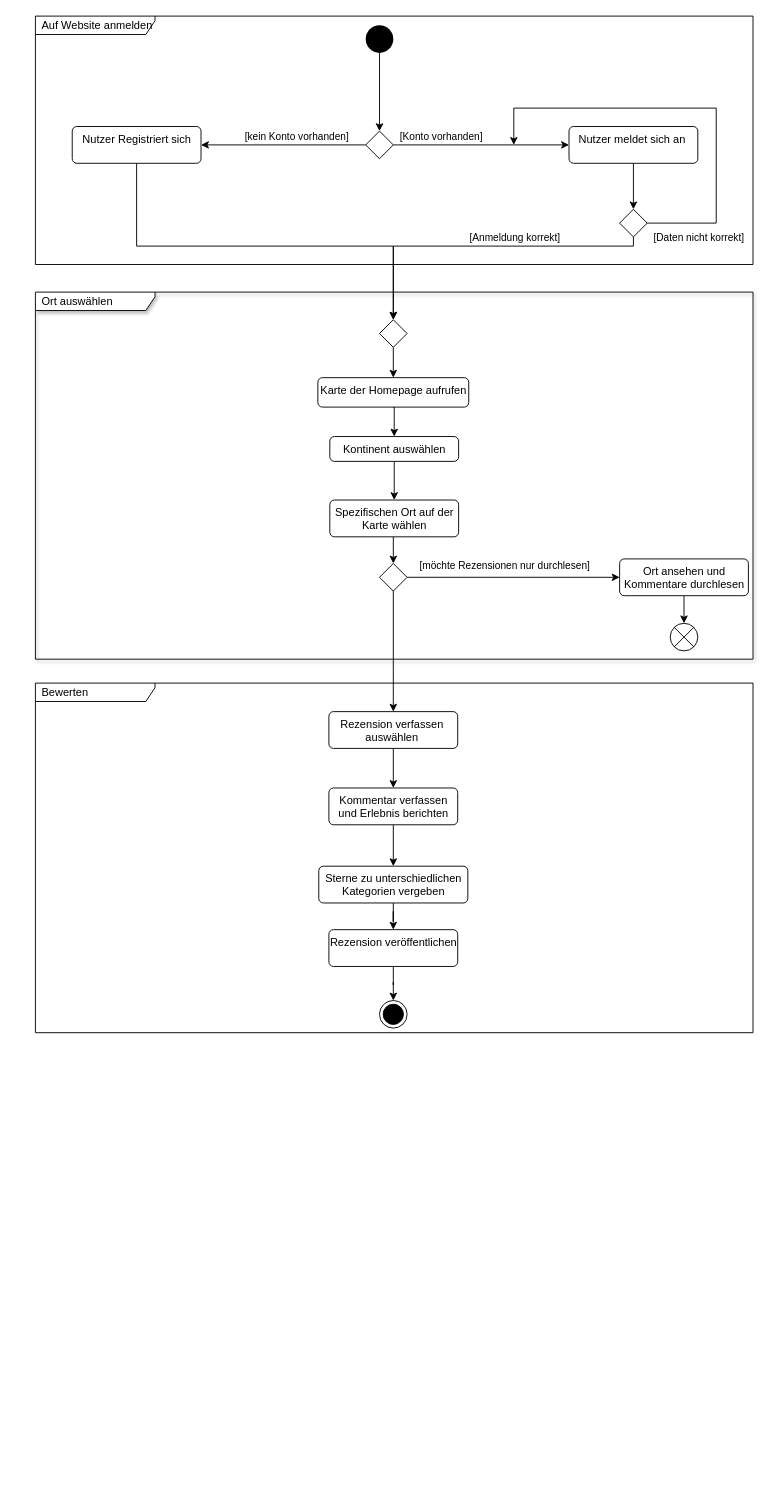
The draw.io diagram Unbenanntes Diagramm.drawio in mertoo36/Web-Programmierung, before the edit. Source tidied: cells renumbered, new cells numbered last; positions are measured from the earlier drawing's top-left corner, leaving out a move shared by most shapes. Both pictures are drawn from the tidied source at 92%, with x=0, y=0 at pixel (35, 16).
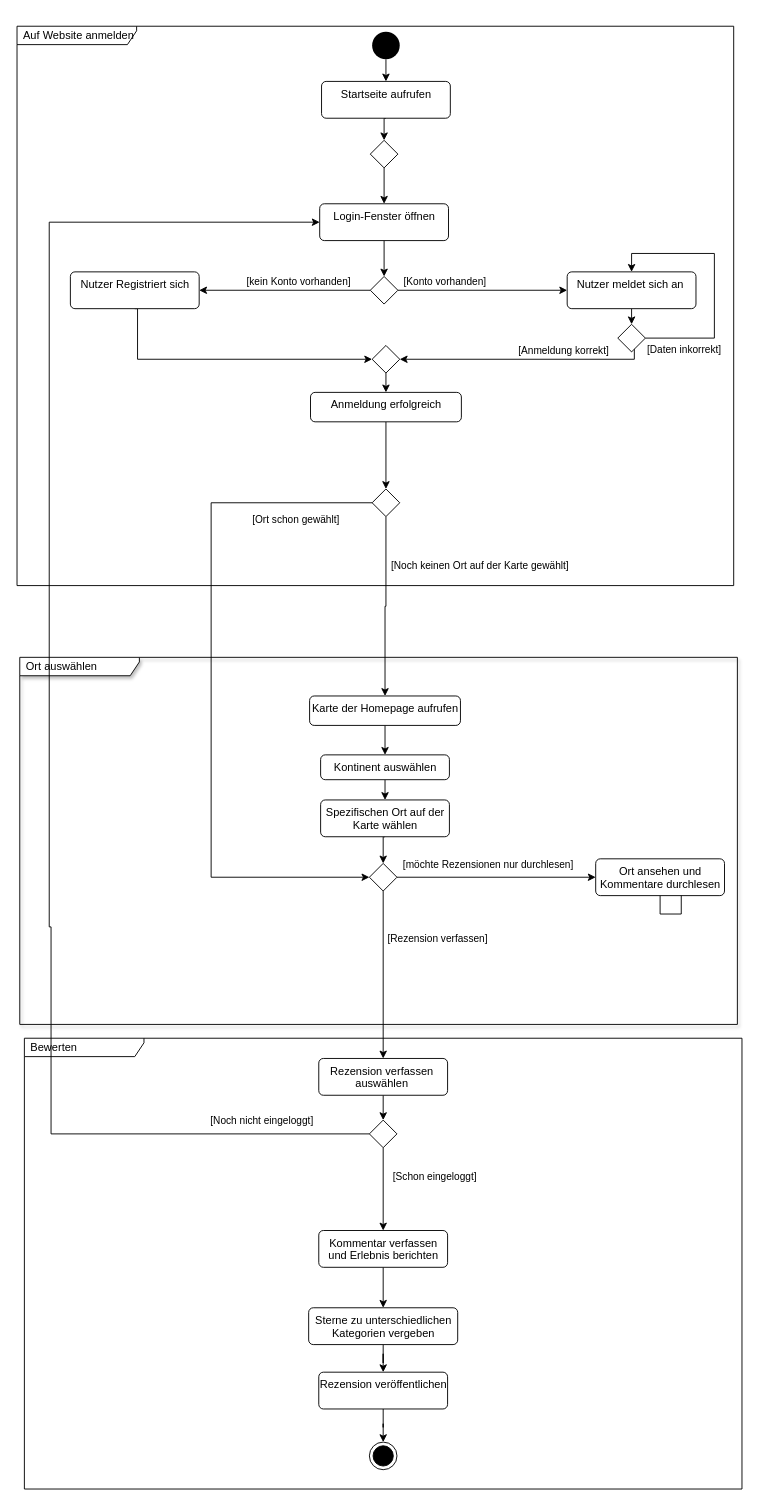
Above is the later version.

The change refers to these unchanged cells:
```xml
<mxCell id="32" style="edgeStyle=orthogonalEdgeStyle;rounded=0;jettySize=auto;html=1;exitX=0.5;exitY=1;exitDx=0;exitDy=0;" parent="1" edge="1" source="33" target="37">
  <mxGeometry relative="1" as="geometry" />
</mxCell>
```

What changed in the source:
```diff
@@
     <mxCell id="2" value="Bewerten" style="shape=umlFrame;whiteSpace=wrap;html=1;width=130;height=20;boundedLbl=1;verticalAlign=middle;align=left;spacingLeft=5;" parent="1" vertex="1">
-      <mxGeometry y="725" width="780" height="380" as="geometry" />
+      <mxGeometry x="-12" y="1111" width="780" height="490" as="geometry" />
     </mxCell>
     <mxCell id="3" value="Ort auswählen" style="shape=umlFrame;whiteSpace=wrap;html=1;width=130;height=20;boundedLbl=1;verticalAlign=middle;align=left;spacingLeft=5;shadow=1;" parent="1" vertex="1">
-      <mxGeometry y="300" width="780" height="399" as="geometry" />
+      <mxGeometry x="-17" y="697" width="780" height="399" as="geometry" />
     </mxCell>
     <mxCell id="4" value="Auf Website anmelden" style="shape=umlFrame;whiteSpace=wrap;html=1;width=130;height=20;boundedLbl=1;verticalAlign=middle;align=left;spacingLeft=5;" parent="1" vertex="1">
-      <mxGeometry width="780" height="270" as="geometry" />
+      <mxGeometry x="-20" y="11" width="779" height="608" as="geometry" />
     </mxCell>
-    <mxCell id="5" style="edgeStyle=orthogonalEdgeStyle;rounded=0;jettySize=auto;html=1;exitX=0.5;exitY=1;exitDx=0;exitDy=0;entryX=0.5;entryY=0;entryDx=0;entryDy=0;" parent="1" edge="1" source="6" target="15">
+    <mxCell id="5" style="edgeStyle=orthogonalEdgeStyle;rounded=0;jettySize=auto;html=1;exitX=0.5;exitY=1;exitDx=0;exitDy=0;entryX=0.5;entryY=0;entryDx=0;entryDy=0;" parent="1" edge="1" source="6" target="50">
       <mxGeometry relative="1" as="geometry" />
     </mxCell>
     <mxCell id="6" style="ellipse;fillColor=#000000;strokeColor=none;" parent="1" vertex="1">
-      <mxGeometry x="359" y="10" width="30" height="30" as="geometry" />
+      <mxGeometry x="366" y="17" width="30" height="30" as="geometry" />
     </mxCell>
     <mxCell id="7" style="ellipse;html=1;shape=endState;fillColor=strokeColor;" parent="1" vertex="1">
-      <mxGeometry x="374" y="1070" width="30" height="30" as="geometry" />
+      <mxGeometry x="363" y="1550" width="30" height="30" as="geometry" />
     </mxCell>
     <mxCell id="8" style="shape=sumEllipse;perimeter=ellipsePerimeter;whiteSpace=wrap;html=1;backgroundOutline=1;" parent="1" vertex="1">
-      <mxGeometry x="690" y="660" width="30" height="30" as="geometry" />
+      <mxGeometry x="687" y="922" width="30" height="30" as="geometry" />
     </mxCell>
@@
     <mxCell id="10" value="Nutzer meldet sich an&amp;nbsp;" style="html=1;align=center;verticalAlign=top;rounded=1;absoluteArcSize=1;arcSize=10;dashed=0;" parent="1" vertex="1">
-      <mxGeometry x="580" y="120" width="140" height="40" as="geometry" />
+      <mxGeometry x="578" y="278" width="140" height="40" as="geometry" />
     </mxCell>
@@
     <mxCell id="15" style="rhombus;" parent="1" vertex="1">
-      <mxGeometry x="359" y="125" width="30" height="30" as="geometry" />
+      <mxGeometry x="364" y="283" width="30" height="30" as="geometry" />
     </mxCell>
-    <mxCell id="16" style="edgeStyle=orthogonalEdgeStyle;rounded=0;jettySize=auto;html=1;exitX=0.5;exitY=1;exitDx=0;exitDy=0;entryX=0.5;entryY=0;entryDx=0;entryDy=0;" parent="1" edge="1" source="17" target="23">
+    <mxCell id="16" style="edgeStyle=orthogonalEdgeStyle;rounded=0;jettySize=auto;html=1;exitX=0.5;exitY=1;exitDx=0;exitDy=0;entryX=0;entryY=0.5;entryDx=0;entryDy=0;" parent="1" edge="1" source="17" target="23">
       <mxGeometry relative="1" as="geometry">
         <Array as="points">
-          <mxPoint x="110" y="250" />
-          <mxPoint x="389" y="250" />
+          <mxPoint x="111" y="318" />
+          <mxPoint x="111" y="373" />
         </Array>
       </mxGeometry>
     </mxCell>
     <mxCell id="17" value="Nutzer Registriert sich" style="html=1;align=center;verticalAlign=top;rounded=1;absoluteArcSize=1;arcSize=10;dashed=0;" parent="1" vertex="1">
-      <mxGeometry x="40" y="120" width="140" height="40" as="geometry" />
+      <mxGeometry x="38" y="278" width="140" height="40" as="geometry" />
     </mxCell>
-    <mxCell id="18" style="edgeStyle=orthogonalEdgeStyle;rounded=0;jettySize=auto;html=1;exitX=0.5;exitY=1;exitDx=0;exitDy=0;entryX=0.5;entryY=0;entryDx=0;entryDy=0;" parent="1" edge="1" source="22" target="23">
+    <mxCell id="18" style="edgeStyle=orthogonalEdgeStyle;rounded=0;jettySize=auto;html=1;exitX=0.5;exitY=1;exitDx=0;exitDy=0;entryX=1;entryY=0.5;entryDx=0;entryDy=0;" parent="1" edge="1" source="22" target="23">
       <mxGeometry relative="1" as="geometry">
         <Array as="points">
-          <mxPoint x="650" y="250" />
-          <mxPoint x="389" y="250" />
+          <mxPoint x="648" y="356" />
+          <mxPoint x="651" y="356" />
+          <mxPoint x="651" y="373" />
         </Array>
       </mxGeometry>
     </mxCell>
@@
-    <mxCell id="20" style="edgeStyle=orthogonalEdgeStyle;rounded=0;jettySize=auto;html=1;exitX=1;exitY=0.5;exitDx=0;exitDy=0;" parent="1" edge="1" source="22">
-      <mxGeometry relative="1" as="geometry">
-        <mxPoint x="520" y="140" as="targetPoint" />
-        <Array as="points">
-          <mxPoint x="740" y="225" />
-          <mxPoint x="740" y="100" />
-          <mxPoint x="520" y="100" />
-        </Array>
-      </mxGeometry>
-    </mxCell>
-    <mxCell id="21" value="[Daten nicht korrekt]" style="edgeLabel;html=1;align=center;verticalAlign=middle;" parent="20" vertex="1">
-      <mxGeometry x="-0.94" y="2" relative="1" as="geometry">
-        <mxPoint x="41" y="17" as="offset" />
-      </mxGeometry>
-    </mxCell>
+    <mxCell id="44" style="edgeStyle=orthogonalEdgeStyle;rounded=0;jettySize=auto;html=1;exitX=1;exitY=0.5;exitDx=0;exitDy=0;entryX=0.5;entryY=0;entryDx=0;entryDy=0;" parent="1" edge="1" source="22" target="10">
+      <mxGeometry relative="1" as="geometry">
+        <Array as="points">
+          <mxPoint x="738" y="350" />
+          <mxPoint x="738" y="258" />
+          <mxPoint x="648" y="258" />
+        </Array>
+      </mxGeometry>
+    </mxCell>
+    <mxCell id="45" value="[Daten inkorrekt]" style="edgeLabel;html=1;align=center;verticalAlign=middle;" parent="44" vertex="1">
+      <mxGeometry x="-0.83" y="-3" relative="1" as="geometry">
+        <mxPoint x="17" y="9" as="offset" />
+      </mxGeometry>
+    </mxCell>
     <mxCell id="22" style="rhombus;" parent="1" vertex="1">
-      <mxGeometry x="635" y="210" width="30" height="30" as="geometry" />
+      <mxGeometry x="633" y="335" width="30" height="30" as="geometry" />
     </mxCell>
+    <mxCell id="46" style="edgeStyle=orthogonalEdgeStyle;rounded=0;jettySize=auto;html=1;exitX=0.5;exitY=1;exitDx=0;exitDy=0;entryX=0.5;entryY=0;entryDx=0;entryDy=0;" parent="1" edge="1" source="23" target="61">
+      <mxGeometry relative="1" as="geometry" />
+    </mxCell>
     <mxCell id="23" style="rhombus;" parent="1" vertex="1">
-      <mxGeometry x="374" y="330" width="30" height="30" as="geometry" />
+      <mxGeometry x="366" y="358" width="30" height="30" as="geometry" />
     </mxCell>
-    <mxCell id="24" style="edgeStyle=orthogonalEdgeStyle;rounded=0;jettySize=auto;html=1;exitX=0.5;exitY=1;exitDx=0;exitDy=0;entryX=0.5;entryY=0;entryDx=0;entryDy=0;" parent="1" edge="1" source="23" target="26">
-      <mxGeometry relative="1" as="geometry" />
-    </mxCell>
@@
     <mxCell id="26" value="Karte der Homepage aufrufen" style="html=1;align=center;verticalAlign=top;rounded=1;absoluteArcSize=1;arcSize=10;dashed=0;" parent="1" vertex="1">
-      <mxGeometry x="307" y="393" width="164" height="32" as="geometry" />
+      <mxGeometry x="298" y="739" width="164" height="32" as="geometry" />
     </mxCell>
@@
     <mxCell id="28" value="Kontinent auswählen" style="html=1;align=center;verticalAlign=top;rounded=1;absoluteArcSize=1;arcSize=10;dashed=0;" parent="1" vertex="1">
-      <mxGeometry x="320" y="457" width="140" height="27" as="geometry" />
+      <mxGeometry x="310" y="803" width="140" height="27" as="geometry" />
     </mxCell>
@@
     <mxCell id="30" value="Spezifischen Ort auf der&lt;br&gt;Karte wählen" style="html=1;align=center;verticalAlign=top;rounded=1;absoluteArcSize=1;arcSize=10;dashed=0;" parent="1" vertex="1">
-      <mxGeometry x="320" y="526" width="140" height="40" as="geometry" />
+      <mxGeometry x="310" y="852" width="140" height="40" as="geometry" />
     </mxCell>
@@
+    <mxCell id="47" value="[Rezension verfassen]" style="edgeLabel;html=1;align=center;verticalAlign=middle;rotation=0;" parent="32" vertex="1">
+      <mxGeometry x="-0.33" y="-1" relative="1" as="geometry">
+        <mxPoint x="59" y="-10" as="offset" />
+      </mxGeometry>
+    </mxCell>
     <mxCell id="33" style="rhombus;" parent="1" vertex="1">
-      <mxGeometry x="374" y="595" width="30" height="30" as="geometry" />
+      <mxGeometry x="363" y="921" width="30" height="30" as="geometry" />
     </mxCell>
@@
     <mxCell id="35" value="Ort ansehen und&lt;br&gt;Kommentare durchlesen" style="html=1;align=center;verticalAlign=top;rounded=1;absoluteArcSize=1;arcSize=10;dashed=0;" parent="1" vertex="1">
-      <mxGeometry x="635" y="590" width="140" height="40" as="geometry" />
+      <mxGeometry x="609" y="916" width="140" height="40" as="geometry" />
     </mxCell>
-    <mxCell id="36" style="edgeStyle=orthogonalEdgeStyle;rounded=0;jettySize=auto;html=1;exitX=0.5;exitY=1;exitDx=0;exitDy=0;entryX=0.5;entryY=0;entryDx=0;entryDy=0;" parent="1" edge="1" source="37" target="39">
-      <mxGeometry relative="1" as="geometry" />
-    </mxCell>
+    <mxCell id="48" style="edgeStyle=orthogonalEdgeStyle;rounded=0;jettySize=auto;html=1;exitX=0.5;exitY=1;exitDx=0;exitDy=0;entryX=0.5;entryY=0;entryDx=0;entryDy=0;" parent="1" edge="1" source="37" target="59">
+      <mxGeometry relative="1" as="geometry" />
+    </mxCell>
     <mxCell id="37" value="Rezension verfassen&amp;nbsp;&lt;br&gt;auswählen&amp;nbsp;" style="html=1;align=center;verticalAlign=top;rounded=1;absoluteArcSize=1;arcSize=10;dashed=0;" parent="1" vertex="1">
-      <mxGeometry x="319" y="756" width="140" height="40" as="geometry" />
+      <mxGeometry x="308" y="1133" width="140" height="40" as="geometry" />
     </mxCell>
@@
     <mxCell id="39" value="Kommentar verfassen&lt;br&gt;und Erlebnis berichten" style="html=1;align=center;verticalAlign=top;rounded=1;absoluteArcSize=1;arcSize=10;dashed=0;" parent="1" vertex="1">
-      <mxGeometry x="319" y="839" width="140" height="40" as="geometry" />
+      <mxGeometry x="308" y="1320" width="140" height="40" as="geometry" />
     </mxCell>
@@
     <mxCell id="41" value="Sterne zu unterschiedlichen&lt;br&gt;Kategorien vergeben" style="html=1;align=center;verticalAlign=top;rounded=1;absoluteArcSize=1;arcSize=10;dashed=0;" parent="1" vertex="1">
-      <mxGeometry x="308" y="924" width="162" height="40" as="geometry" />
+      <mxGeometry x="297" y="1404" width="162" height="40" as="geometry" />
     </mxCell>
@@
     <mxCell id="43" value="Rezension veröffentlichen" style="html=1;align=center;verticalAlign=top;rounded=1;absoluteArcSize=1;arcSize=10;dashed=0;" parent="1" vertex="1">
-      <mxGeometry x="319" y="993" width="140" height="40" as="geometry" />
+      <mxGeometry x="308" y="1474" width="140" height="40" as="geometry" />
     </mxCell>
+    <mxCell id="49" style="edgeStyle=orthogonalEdgeStyle;rounded=0;jettySize=auto;html=1;exitX=0.5;exitY=1;exitDx=0;exitDy=0;entryX=0.5;entryY=0;entryDx=0;entryDy=0;" parent="1" edge="1" source="50" target="52">
+      <mxGeometry relative="1" as="geometry" />
+    </mxCell>
+    <mxCell id="50" value="Startseite aufrufen" style="html=1;align=center;verticalAlign=top;rounded=1;absoluteArcSize=1;arcSize=10;dashed=0;" parent="1" vertex="1">
+      <mxGeometry x="311" y="71" width="140" height="40" as="geometry" />
+    </mxCell>
+    <mxCell id="51" style="edgeStyle=orthogonalEdgeStyle;rounded=0;jettySize=auto;html=1;exitX=0.5;exitY=1;exitDx=0;exitDy=0;entryX=0.5;entryY=0;entryDx=0;entryDy=0;" parent="1" edge="1" source="52" target="54">
+      <mxGeometry relative="1" as="geometry" />
+    </mxCell>
+    <mxCell id="52" style="rhombus;" parent="1" vertex="1">
+      <mxGeometry x="364" y="135" width="30" height="30" as="geometry" />
+    </mxCell>
+    <mxCell id="53" style="edgeStyle=orthogonalEdgeStyle;rounded=0;jettySize=auto;html=1;exitX=0.5;exitY=1;exitDx=0;exitDy=0;entryX=0.5;entryY=0;entryDx=0;entryDy=0;" parent="1" edge="1" source="54" target="15">
+      <mxGeometry relative="1" as="geometry" />
+    </mxCell>
+    <mxCell id="54" value="Login-Fenster öffnen" style="html=1;align=center;verticalAlign=top;rounded=1;absoluteArcSize=1;arcSize=10;dashed=0;" parent="1" vertex="1">
+      <mxGeometry x="309" y="204" width="140" height="40" as="geometry" />
+    </mxCell>
+    <mxCell id="55" style="edgeStyle=orthogonalEdgeStyle;rounded=0;jettySize=auto;html=1;exitX=0.5;exitY=1;exitDx=0;exitDy=0;entryX=0.5;entryY=0;entryDx=0;entryDy=0;" parent="1" edge="1" source="59" target="39">
+      <mxGeometry relative="1" as="geometry" />
+    </mxCell>
+    <mxCell id="56" value="[Schon eingeloggt]" style="edgeLabel;html=1;align=center;verticalAlign=middle;rotation=0;" parent="55" vertex="1">
+      <mxGeometry x="-0.24" y="1" relative="1" as="geometry">
+        <mxPoint x="54" y="-3" as="offset" />
+      </mxGeometry>
+    </mxCell>
+    <mxCell id="57" style="edgeStyle=orthogonalEdgeStyle;rounded=0;jettySize=auto;html=1;exitX=0;exitY=0.5;exitDx=0;exitDy=0;entryX=0;entryY=0.5;entryDx=0;entryDy=0;" parent="1" edge="1" source="59" target="54">
+      <mxGeometry relative="1" as="geometry">
+        <Array as="points">
+          <mxPoint x="17" y="1215" />
+          <mxPoint x="17" y="990" />
+          <mxPoint x="15" y="990" />
+          <mxPoint x="15" y="224" />
+        </Array>
+      </mxGeometry>
+    </mxCell>
+    <mxCell id="58" value="[Noch nicht eingeloggt]" style="edgeLabel;html=1;align=center;verticalAlign=middle;" parent="57" vertex="1">
+      <mxGeometry x="-0.74" y="4" relative="1" as="geometry">
+        <mxPoint x="94" y="-19" as="offset" />
+      </mxGeometry>
+    </mxCell>
+    <mxCell id="59" style="rhombus;" parent="1" vertex="1">
+      <mxGeometry x="363" y="1200" width="30" height="30" as="geometry" />
+    </mxCell>
+    <mxCell id="60" style="edgeStyle=orthogonalEdgeStyle;rounded=0;jettySize=auto;html=1;exitX=0.5;exitY=1;exitDx=0;exitDy=0;entryX=0.5;entryY=0;entryDx=0;entryDy=0;" parent="1" edge="1" source="61" target="65">
+      <mxGeometry relative="1" as="geometry" />
+    </mxCell>
+    <mxCell id="61" value="Anmeldung erfolgreich" style="html=1;align=center;verticalAlign=top;rounded=1;absoluteArcSize=1;arcSize=10;dashed=0;" parent="1" vertex="1">
+      <mxGeometry x="299" y="409" width="164" height="32" as="geometry" />
+    </mxCell>
+    <mxCell id="62" style="edgeStyle=orthogonalEdgeStyle;rounded=0;jettySize=auto;html=1;exitX=0.5;exitY=1;exitDx=0;exitDy=0;" parent="1" edge="1" source="65" target="26">
+      <mxGeometry relative="1" as="geometry" />
+    </mxCell>
+    <mxCell id="63" value="[Noch keinen Ort auf der Karte gewählt]" style="edgeLabel;html=1;align=center;verticalAlign=middle;" parent="62" vertex="1">
+      <mxGeometry x="-0.78" y="1" relative="1" as="geometry">
+        <mxPoint x="100" y="31" as="offset" />
+      </mxGeometry>
+    </mxCell>
+    <mxCell id="64" value="[Ort schon gewählt]" style="edgeStyle=orthogonalEdgeStyle;rounded=0;jettySize=auto;html=1;exitX=0;exitY=0.5;exitDx=0;exitDy=0;entryX=0;entryY=0.5;entryDx=0;entryDy=0;" parent="1" edge="1" source="65" target="33">
+      <mxGeometry x="-0.78" y="19" relative="1" as="geometry">
+        <Array as="points">
+          <mxPoint x="191" y="529" />
+          <mxPoint x="191" y="936" />
+        </Array>
+      </mxGeometry>
+    </mxCell>
+    <mxCell id="65" style="rhombus;" parent="1" vertex="1">
+      <mxGeometry x="366" y="514" width="30" height="30" as="geometry" />
+    </mxCell>
```
